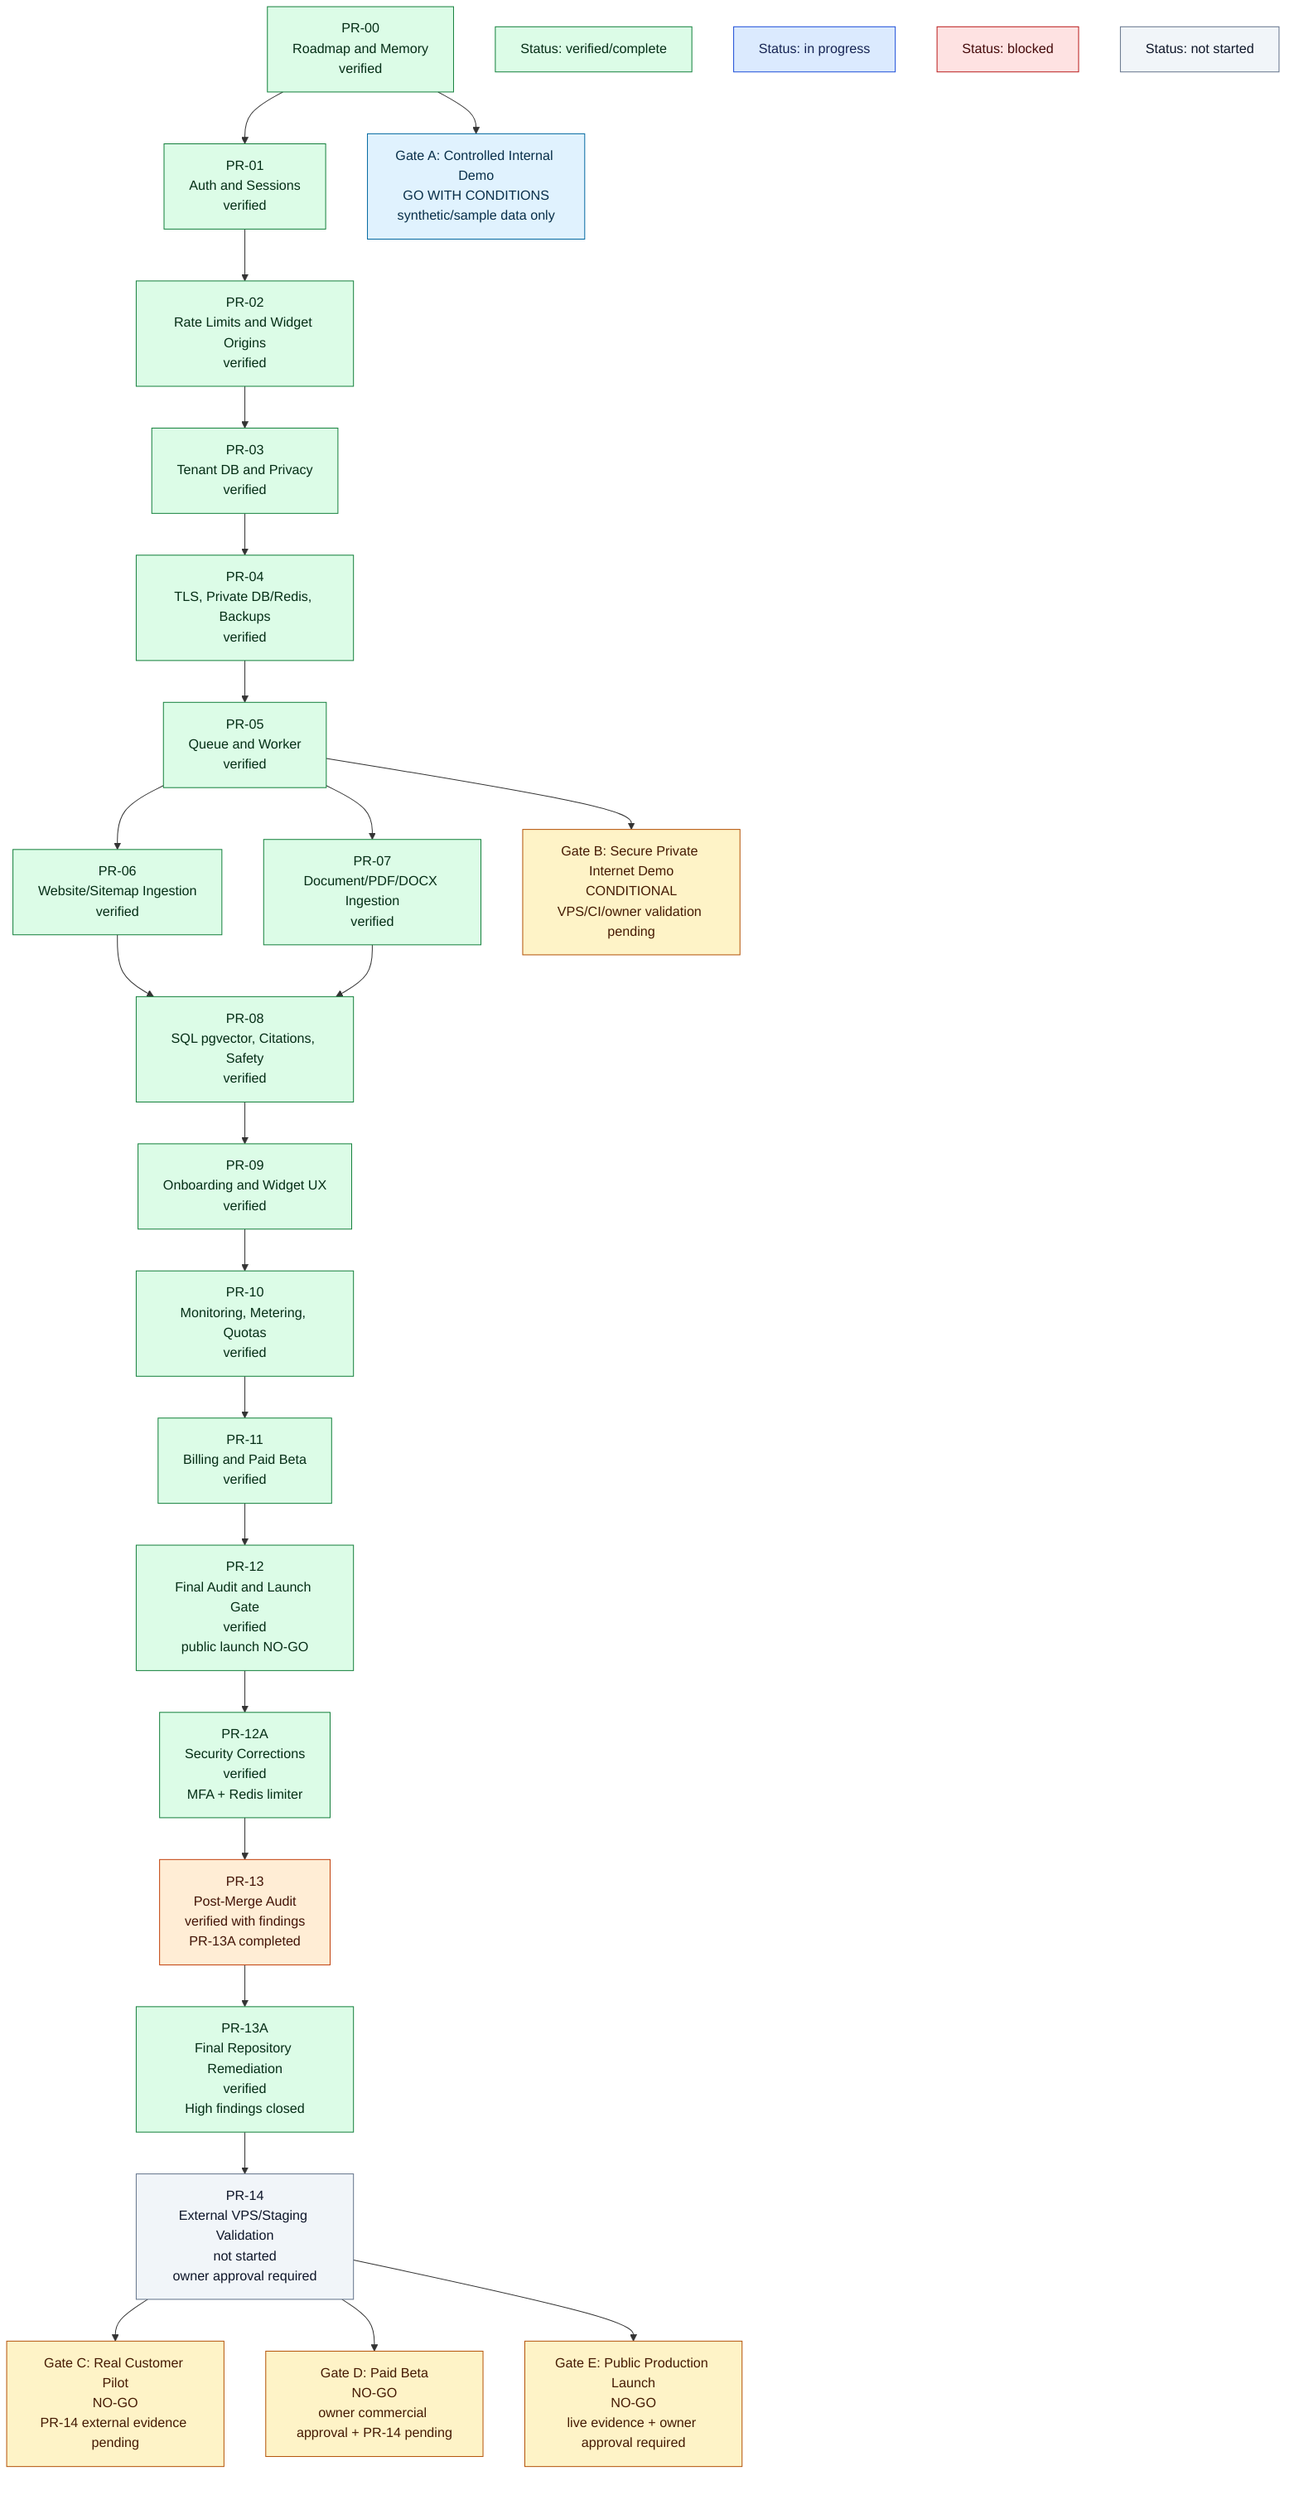
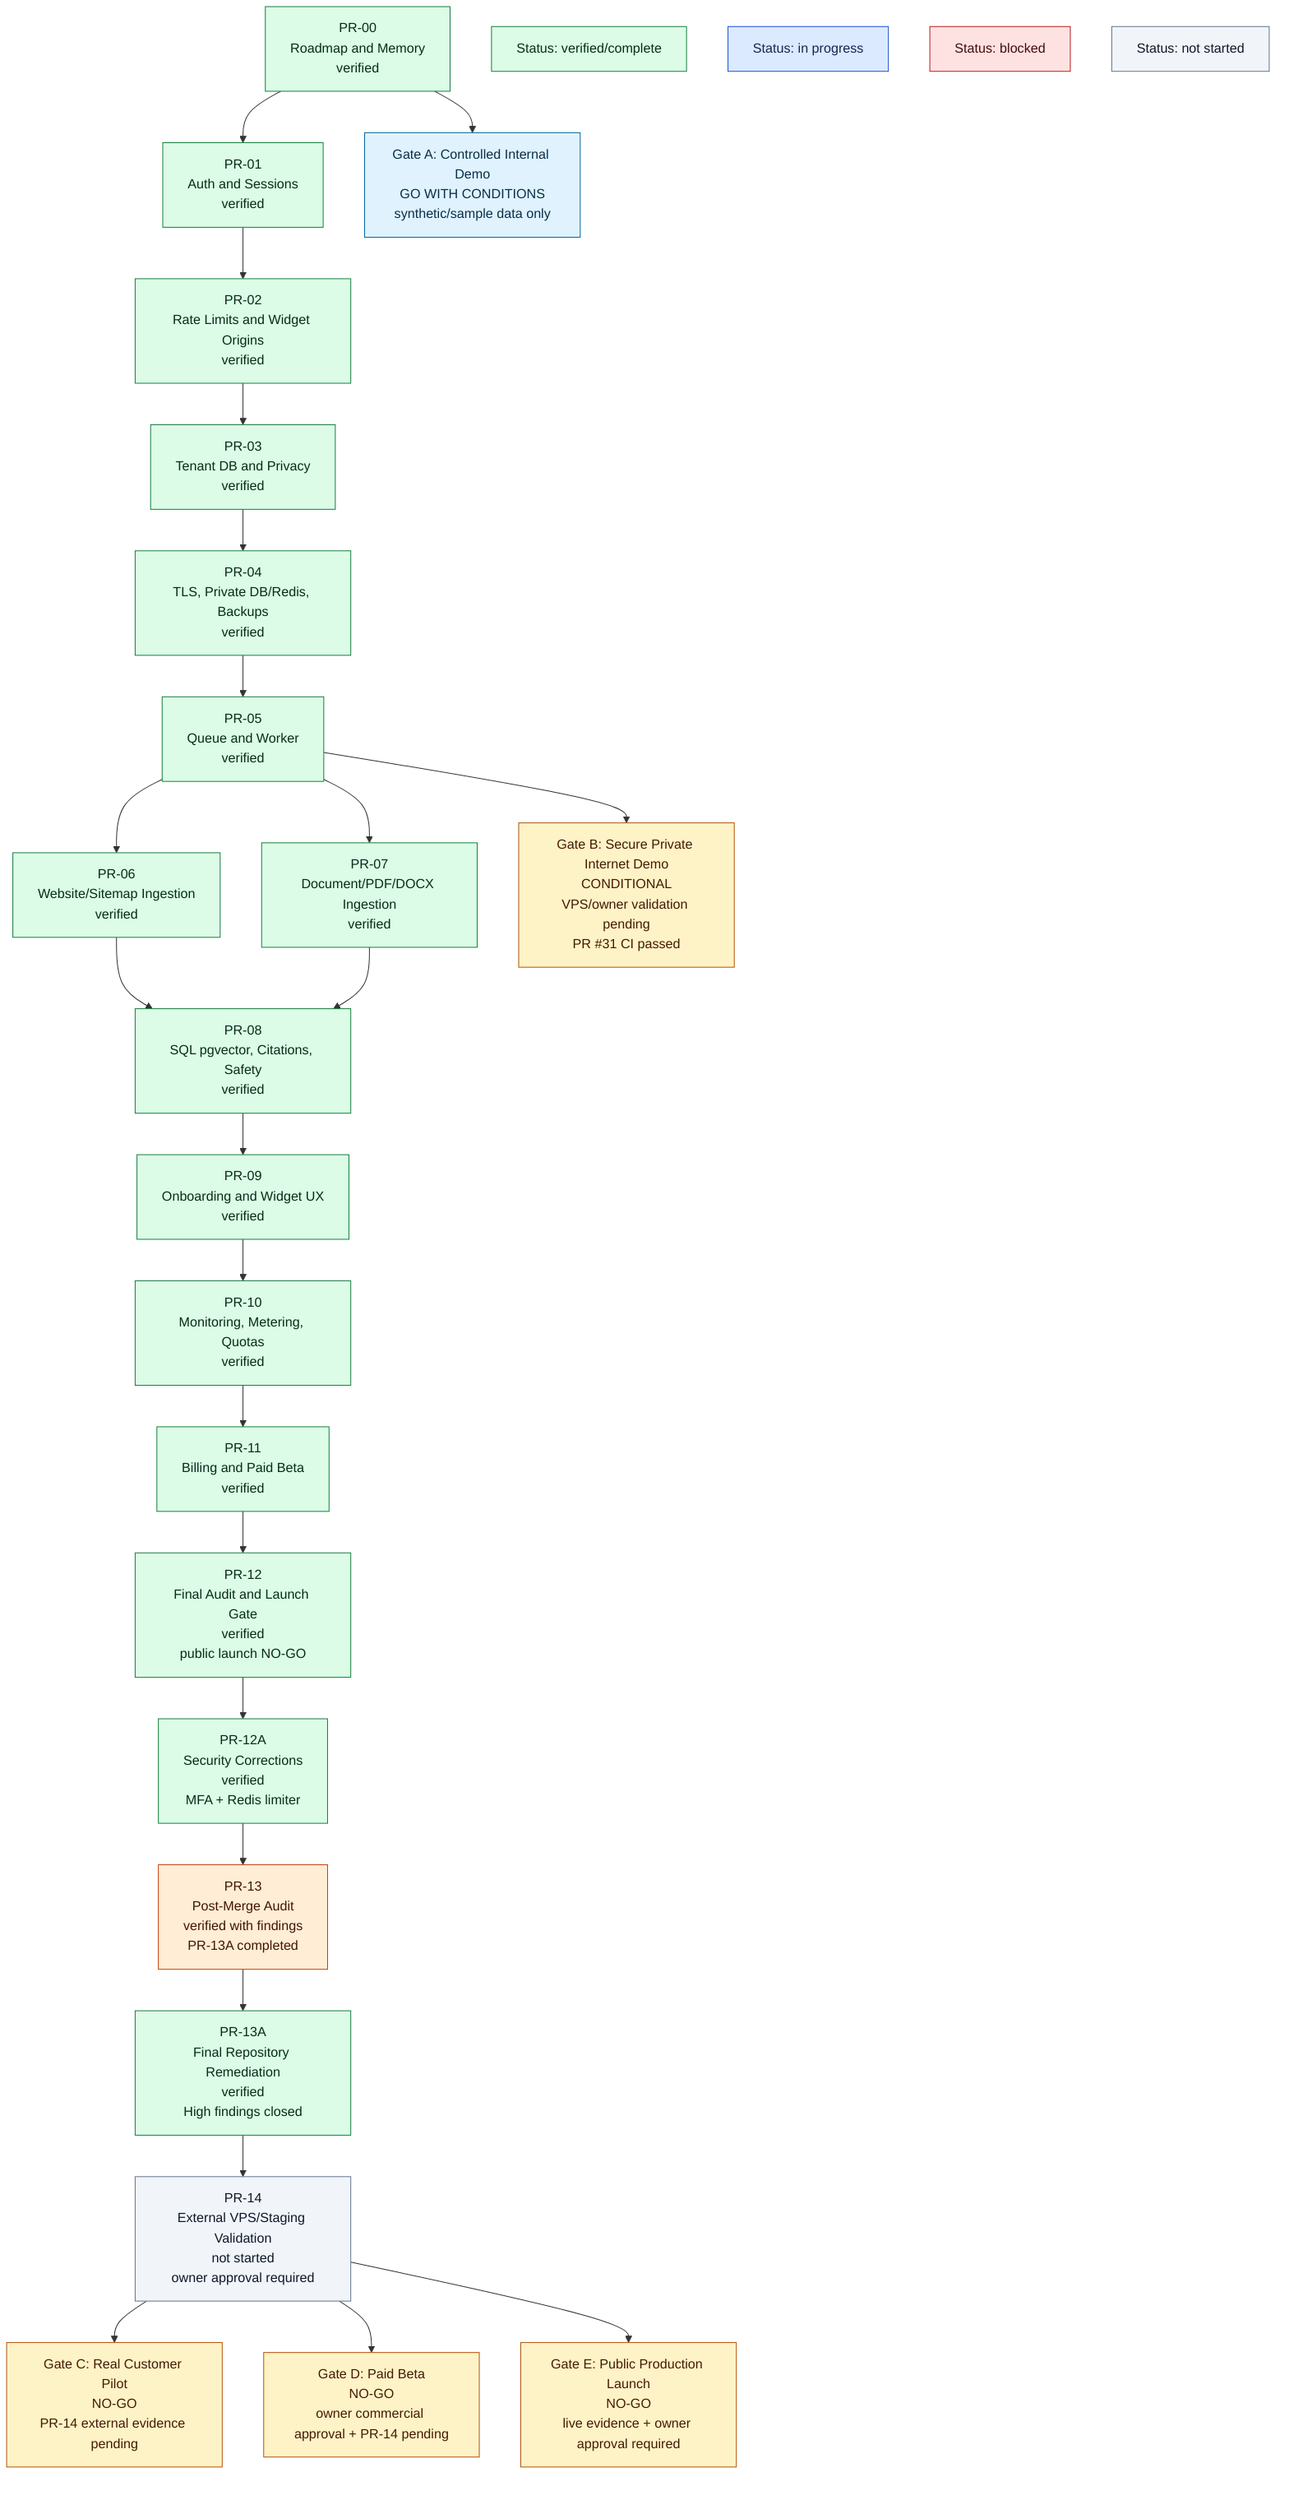
flowchart TB
    PR00["PR-00<br/>Roadmap and Memory<br/>verified"]
    PR01["PR-01<br/>Auth and Sessions<br/>verified"]
    PR02["PR-02<br/>Rate Limits and Widget Origins<br/>verified"]
    PR03["PR-03<br/>Tenant DB and Privacy<br/>verified"]
    PR04["PR-04<br/>TLS, Private DB/Redis, Backups<br/>verified"]
    PR05["PR-05<br/>Queue and Worker<br/>verified"]
    PR06["PR-06<br/>Website/Sitemap Ingestion<br/>verified"]
    PR07["PR-07<br/>Document/PDF/DOCX Ingestion<br/>verified"]
    PR08["PR-08<br/>SQL pgvector, Citations, Safety<br/>verified"]
    PR09["PR-09<br/>Onboarding and Widget UX<br/>verified"]
    PR10["PR-10<br/>Monitoring, Metering, Quotas<br/>verified"]
    PR11["PR-11<br/>Billing and Paid Beta<br/>verified"]
    PR12["PR-12<br/>Final Audit and Launch Gate<br/>verified<br/>public launch NO-GO"]
    PR12A["PR-12A<br/>Security Corrections<br/>verified<br/>MFA + Redis limiter"]
    PR13["PR-13<br/>Post-Merge Audit<br/>verified with findings<br/>PR-13A completed"]
    PR13A["PR-13A<br/>Final Repository Remediation<br/>verified<br/>High findings closed"]
    PR14["PR-14<br/>External VPS/Staging Validation<br/>not started<br/>owner approval required"]

    GateA["Gate A: Controlled Internal Demo<br/>GO WITH CONDITIONS<br/>synthetic/sample data only"]
-     GateB["Gate B: Secure Private Internet Demo<br/>CONDITIONAL<br/>VPS/CI/owner validation pending"]
+     GateB["Gate B: Secure Private Internet Demo<br/>CONDITIONAL<br/>VPS/owner validation pending<br/>PR #31 CI passed"]
    GateC["Gate C: Real Customer Pilot<br/>NO-GO<br/>PR-14 external evidence pending"]
    GateD["Gate D: Paid Beta<br/>NO-GO<br/>owner commercial approval + PR-14 pending"]
    GateE["Gate E: Public Production Launch<br/>NO-GO<br/>live evidence + owner approval required"]
    LegendVerified["Status: verified/complete"]
    LegendProgress["Status: in progress"]
    LegendBlocked["Status: blocked"]
    LegendPending["Status: not started"]

    PR00 --> PR01 --> PR02 --> PR03 --> PR04 --> PR05
    PR05 --> PR06
    PR05 --> PR07
    PR06 --> PR08
    PR07 --> PR08
    PR08 --> PR09 --> PR10 --> PR11 --> PR12 --> PR12A --> PR13 --> PR13A --> PR14
    PR00 --> GateA
    PR05 --> GateB
    PR14 --> GateC
    PR14 --> GateD
    PR14 --> GateE

    classDef verified fill:#dcfce7,stroke:#15803d,color:#052e16
    classDef inProgress fill:#dbeafe,stroke:#1d4ed8,color:#172554
    classDef blocked fill:#fee2e2,stroke:#b91c1c,color:#450a0a
    classDef critical fill:#fee2e2,stroke:#b91c1c,color:#450a0a
    classDef high fill:#ffedd5,stroke:#c2410c,color:#431407
    classDef pending fill:#f1f5f9,stroke:#64748b,color:#0f172a
    classDef gateOk fill:#e0f2fe,stroke:#0369a1,color:#082f49
    classDef gateNo fill:#fef3c7,stroke:#b45309,color:#451a03

    class PR00,PR01,PR02,PR03,PR04,PR05,PR06,PR07,PR08,PR09,PR10,PR11,PR12,PR12A,PR13A verified
    class PR13 high
    class PR14 pending
    class GateA gateOk
    class GateB,GateC,GateD,GateE gateNo
    class LegendVerified verified
    class LegendProgress inProgress
    class LegendBlocked blocked
    class LegendPending pending
